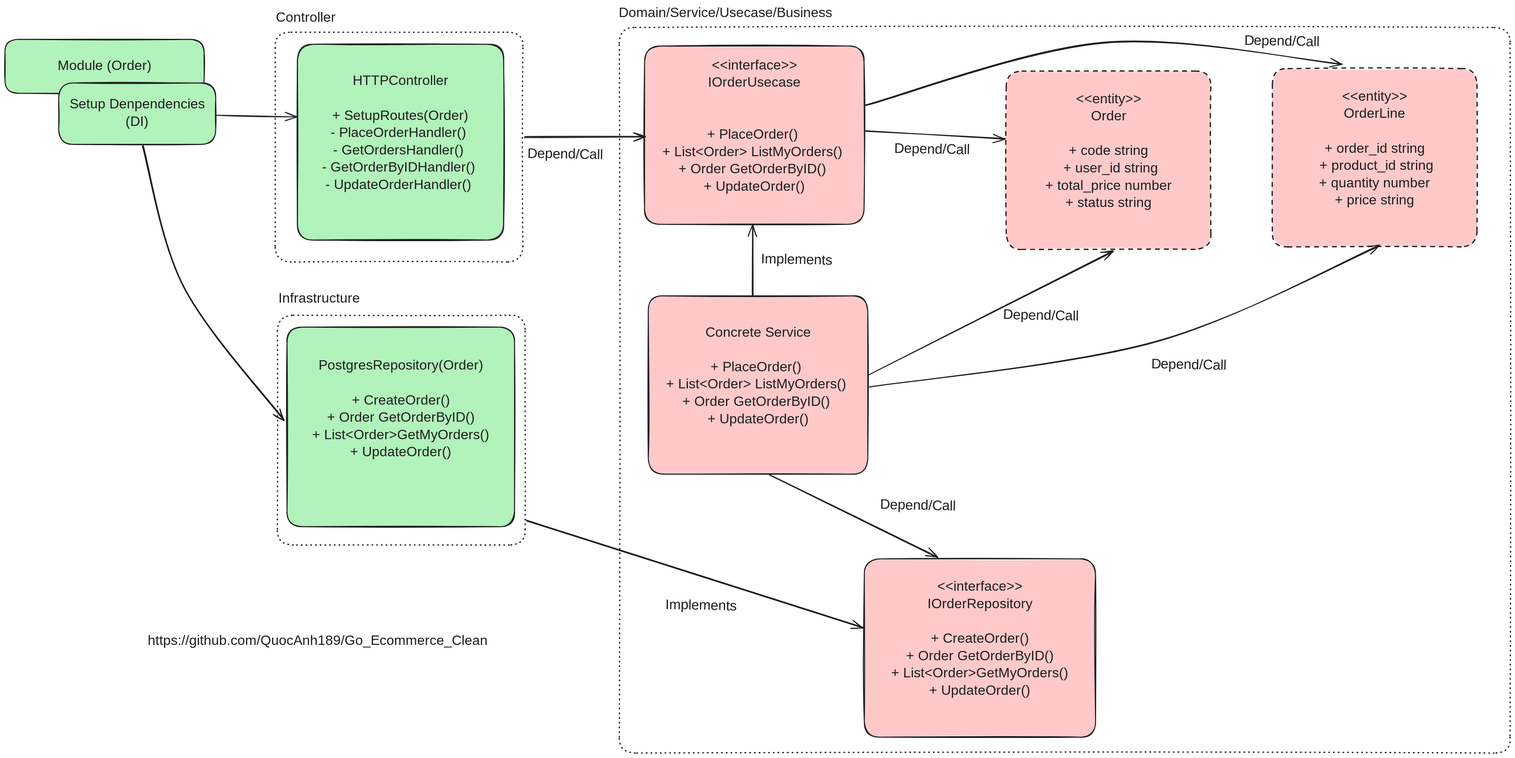
This is docs/static/order_module.excalidraw.svg from zofiyacodes/ecommerce-react, a Excalidraw export, as it was before one commit. Source tidied: one line per element, renumbered; positions are measured from the earlier drawing's top-left corner, leaving out a move shared by most shapes.
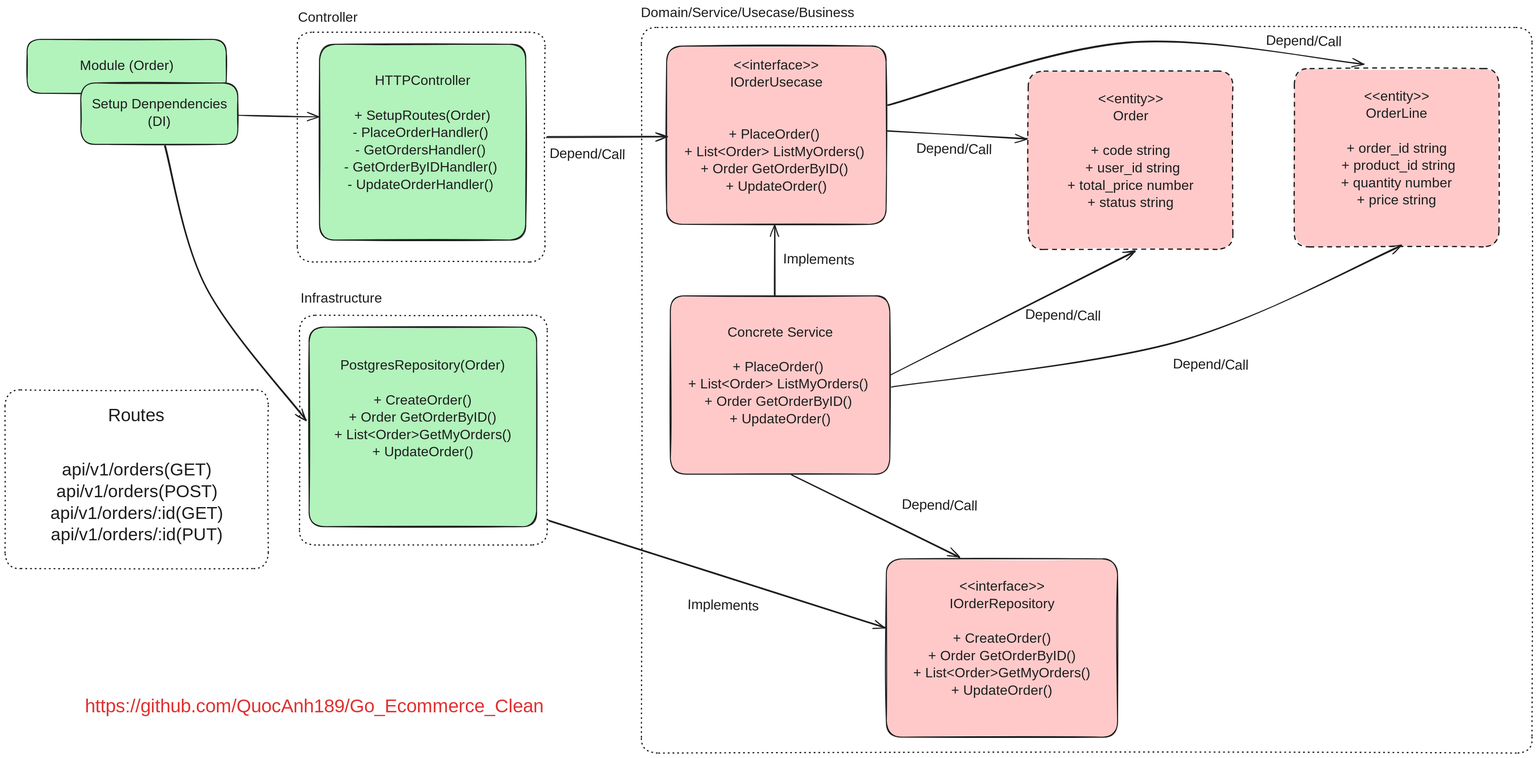
The same file after the commit.

Diff of the diagram source:
```diff
@@ -34,7 +34,7 @@
 {"id": 33, "type": "text", "text": "Depend/Call", "strokeColor": "#1e1e1e", "angle": 0.02, "strokeWidth": 2, "strokeStyle": "dashed", "roughness": 1, "fontSize": 28, "fontFamily": 5, "x": 1055, "y": 286, "width": 216, "height": 35}
 {"id": 34, "type": "arrow", "strokeColor": "#1e1e1e", "backgroundColor": "#ffc9c9", "fillStyle": "solid", "strokeWidth": 2, "roughness": 1, "endArrowhead": "arrow", "from": 2, "to": 6, "x": 426, "y": 223, "width": 163, "height": 3, "points": [[0, 0], [163, 3]]}
 {"id": 35, "type": "arrow", "strokeColor": "#1e1e1e", "backgroundColor": "#ffc9c9", "fillStyle": "solid", "strokeWidth": 2, "roughness": 1, "endArrowhead": "arrow", "round": true, "from": 2, "to": 8, "x": 279, "y": 284, "width": 284, "height": 554, "points": [[0, 0], [81, 285], [284, 554]]}
-{"id": 36, "type": "text", "text": "https://github.com/QuocAnh189/Go_Ecommerce_Clean", "strokeColor": "#1e1e1e", "strokeWidth": 2, "strokeStyle": "dashed", "roughness": 1, "fontSize": 28, "fontFamily": 5, "x": 288, "y": 1267, "width": 758, "height": 35}
+{"id": 36, "type": "text", "text": "https://github.com/QuocAnh189/Go_Ecommerce_Clean", "strokeColor": "#e03131", "strokeWidth": 2, "strokeStyle": "dashed", "roughness": 1, "fontSize": 37.82, "fontFamily": 5, "x": 116, "y": 1395, "width": 1024, "height": 47}
 {"id": 37, "type": "rectangle", "strokeColor": "#1e1e1e", "backgroundColor": "#b2f2bb", "fillStyle": "solid", "strokeWidth": 2, "roughness": 1, "round": true, "x": 590, "y": 80, "width": 416, "height": 395}
 {"id": 38, "type": "text", "text": "HTTPController\n\n+ SetupRoutes(Order)\n- PlaceOrderHandler() \n- GetOrdersHandler() \n- GetOrderByIDHandler() \n- UpdateOrderHandler() \n", "strokeColor": "#1e1e1e", "backgroundColor": "#b2f2bb", "fillStyle": "solid", "strokeWidth": 2, "roughness": 1, "fontSize": 28, "fontFamily": 5, "textAlign": "center", "verticalAlign": "middle", "inside": 37, "x": 620, "y": 137, "width": 356, "height": 280}
 {"id": 39, "type": "rectangle", "strokeColor": "#1e1e1e", "backgroundColor": "#ffc9c9", "fillStyle": "solid", "strokeWidth": 2, "strokeStyle": "dashed", "roughness": 1, "round": true, "x": 2558, "y": 129, "width": 413, "height": 360}
@@ -43,3 +43,6 @@
 {"id": 42, "type": "text", "text": "Depend/Call", "strokeColor": "#1e1e1e", "angle": 0.02, "strokeWidth": 2, "strokeStyle": "dashed", "roughness": 1, "fontSize": 28, "fontFamily": 5, "x": 2313, "y": 711, "width": 216, "height": 35}
 {"id": 43, "type": "arrow", "strokeColor": "#1e1e1e", "backgroundColor": "#ffc9c9", "fillStyle": "solid", "strokeWidth": 2, "roughness": 1, "endArrowhead": "arrow", "round": true, "from": 12, "to": 39, "x": 1737, "y": 203, "width": 961, "height": 126, "points": [[0, 0], [482, -126], [961, -83]]}
 {"id": 44, "type": "text", "text": "Depend/Call", "strokeColor": "#1e1e1e", "angle": 0.02, "strokeWidth": 2, "strokeStyle": "dashed", "roughness": 1, "fontSize": 28, "fontFamily": 5, "x": 2501, "y": 58, "width": 216, "height": 35}
+{"id": 45, "type": "text", "text": "api/v1/orders(GET)\napi/v1/orders(POST)\napi/v1/orders/:id(GET)\napi/v1/orders/:id(PUT)", "strokeColor": "#1e1e1e", "backgroundColor": "#ffc9c9", "fillStyle": "solid", "strokeWidth": 2, "roughness": 1, "fontSize": 34.97, "fontFamily": 5, "textAlign": "center", "x": 23, "y": 919, "width": 397, "height": 175}
+{"id": 46, "type": "text", "text": "Routes", "strokeColor": "#1e1e1e", "backgroundColor": "#ffc9c9", "fillStyle": "solid", "strokeWidth": 2, "roughness": 1, "fontSize": 36, "fontFamily": 5, "textAlign": "center", "x": 157, "y": 809, "width": 127, "height": 45}
+{"id": 47, "type": "rectangle", "strokeColor": "#1e1e1e", "strokeWidth": 2, "strokeStyle": "dotted", "roughness": 1, "round": true, "x": -45, "y": 777, "width": 531, "height": 361}
```
